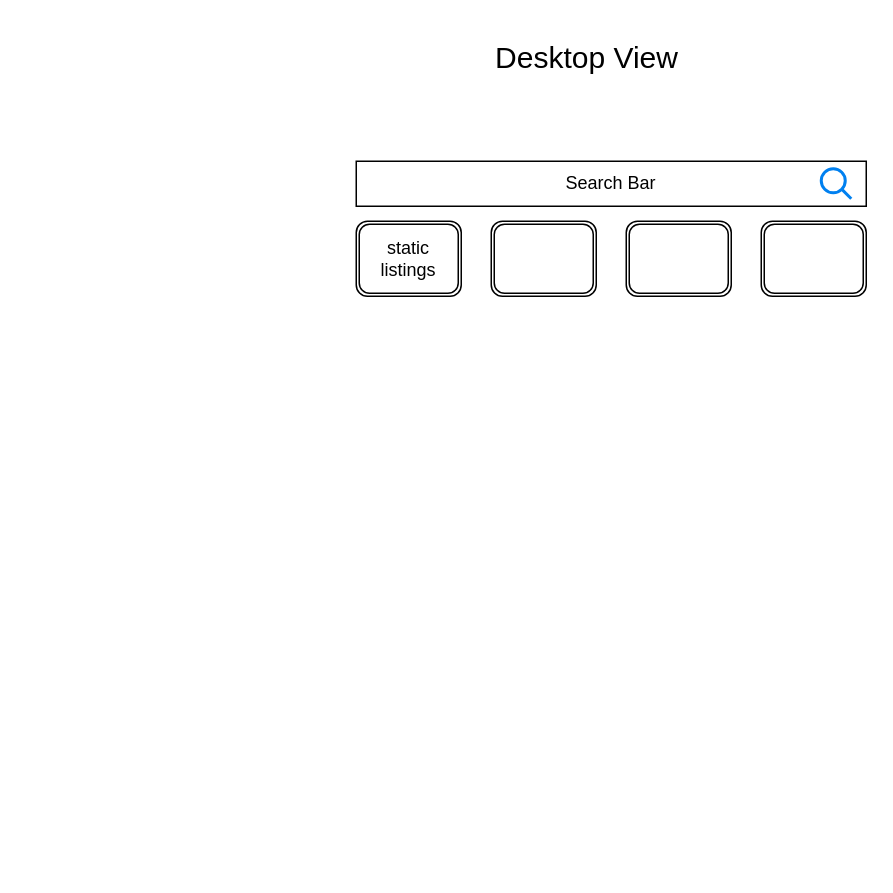
This is seo_search.drawio from souravendra/draw-io-casual, a draw.io file, before an edit. Source tidied: cells renumbered, new cells numbered last; positions are measured from the earlier drawing's top-left corner, leaving out a move shared by most shapes. Both pictures are drawn from the tidied source at 150%, with x=0, y=0 at pixel (356, 26).
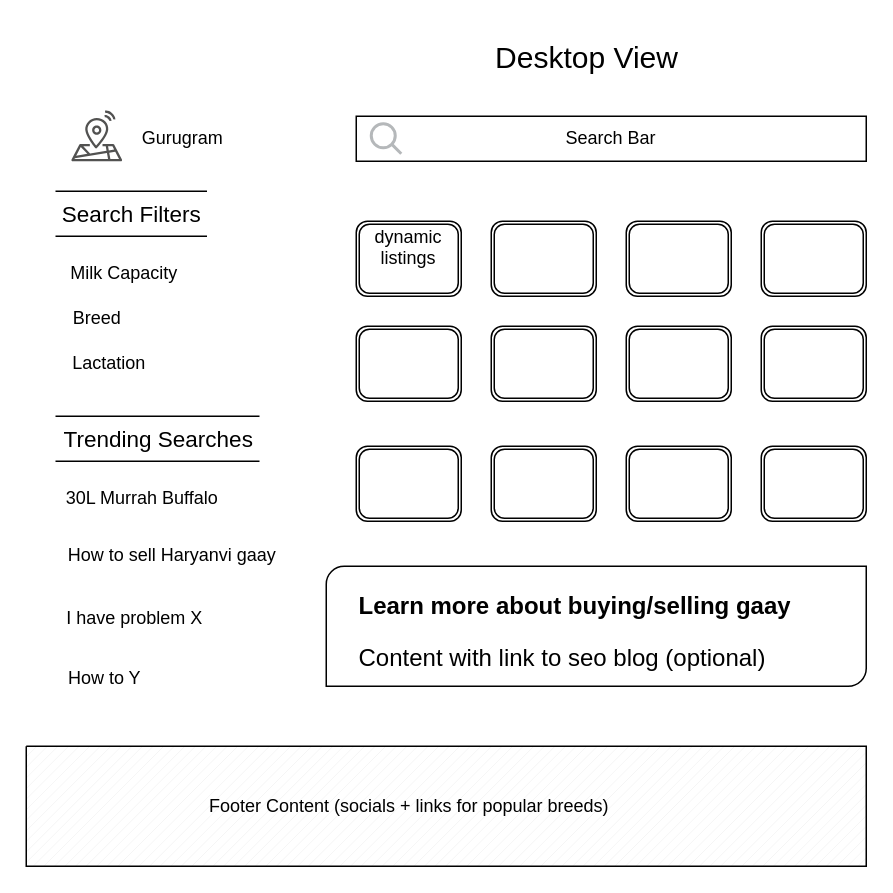
After the change.

Diff of the diagram source:
```diff
@@
     <mxCell id="3" value="Search Bar" style="rounded=0;whiteSpace=wrap;html=1;" parent="1" vertex="1">
-      <mxGeometry y="90" width="340" height="30" as="geometry" />
+      <mxGeometry y="60" width="340" height="30" as="geometry" />
     </mxCell>
-    <mxCell id="4" value="static listings" style="shape=ext;double=1;rounded=1;whiteSpace=wrap;html=1;" parent="1" vertex="1">
+    <mxCell id="4" value="dynamic listings&lt;div&gt;&lt;br&gt;&lt;/div&gt;" style="shape=ext;double=1;rounded=1;whiteSpace=wrap;html=1;" parent="1" vertex="1">
       <mxGeometry y="130" width="70" height="50" as="geometry" />
     </mxCell>
@@
-    <mxCell id="8" style="html=1;verticalLabelPosition=bottom;align=center;labelBackgroundColor=#ffffff;verticalAlign=top;strokeWidth=2;strokeColor=#0080F0;shadow=0;dashed=0;shape=mxgraph.ios7.icons.looking_glass;" parent="1" vertex="1">
-      <mxGeometry x="310" y="95" width="20" height="20" as="geometry" />
+    <mxCell id="8" style="html=1;verticalLabelPosition=bottom;align=center;labelBackgroundColor=#ffffff;verticalAlign=top;strokeWidth=2;strokeColor=#b5b8ba;shadow=0;dashed=0;shape=mxgraph.ios7.icons.looking_glass;" parent="1" vertex="1">
+      <mxGeometry x="10" y="65" width="20" height="20" as="geometry" />
     </mxCell>
+    <mxCell id="9" style="shape=ext;double=1;rounded=1;whiteSpace=wrap;html=1;" parent="1" vertex="1">
+      <mxGeometry y="200" width="70" height="50" as="geometry" />
+    </mxCell>
+    <mxCell id="10" style="shape=ext;double=1;rounded=1;whiteSpace=wrap;html=1;" parent="1" vertex="1">
+      <mxGeometry x="90" y="200" width="70" height="50" as="geometry" />
+    </mxCell>
+    <mxCell id="11" style="shape=ext;double=1;rounded=1;whiteSpace=wrap;html=1;" parent="1" vertex="1">
+      <mxGeometry x="180" y="280" width="70" height="50" as="geometry" />
+    </mxCell>
+    <mxCell id="12" style="shape=ext;double=1;rounded=1;whiteSpace=wrap;html=1;" parent="1" vertex="1">
+      <mxGeometry x="90" y="280" width="70" height="50" as="geometry" />
+    </mxCell>
+    <mxCell id="13" style="shape=ext;double=1;rounded=1;whiteSpace=wrap;html=1;" parent="1" vertex="1">
+      <mxGeometry y="280" width="70" height="50" as="geometry" />
+    </mxCell>
+    <mxCell id="14" style="shape=ext;double=1;rounded=1;whiteSpace=wrap;html=1;" parent="1" vertex="1">
+      <mxGeometry x="180" y="200" width="70" height="50" as="geometry" />
+    </mxCell>
+    <mxCell id="15" style="shape=ext;double=1;rounded=1;whiteSpace=wrap;html=1;" parent="1" vertex="1">
+      <mxGeometry x="270" y="200" width="70" height="50" as="geometry" />
+    </mxCell>
+    <mxCell id="16" style="shape=ext;double=1;rounded=1;whiteSpace=wrap;html=1;" parent="1" vertex="1">
+      <mxGeometry x="270" y="280" width="70" height="50" as="geometry" />
+    </mxCell>
+    <mxCell id="17" style="sketch=0;fontColor=#232F3E;gradientColor=none;fillColor=#525251;strokeColor=none;dashed=0;verticalLabelPosition=bottom;verticalAlign=top;align=center;html=1;fontSize=12;fontStyle=0;shape=mxgraph.aws4.iot_core_device_location;" parent="1" vertex="1">
+      <mxGeometry x="-190" y="56" width="34" height="34" as="geometry" />
+    </mxCell>
+    <mxCell id="18" value="Gurugram" style="text;html=1;align=center;verticalAlign=middle;strokeColor=none;fillColor=none;" parent="1" vertex="1">
+      <mxGeometry x="-156" y="60" width="80" height="30" as="geometry" />
+    </mxCell>
+    <mxCell id="19" style="verticalLabelPosition=bottom;verticalAlign=top;html=1;shape=mxgraph.basic.diag_round_rect;dx=6;whiteSpace=wrap;" parent="1" vertex="1">
+      <mxGeometry x="-20" y="360" width="360" height="80" as="geometry" />
+    </mxCell>
+    <mxCell id="20" value="&lt;h1 style=&quot;margin-top: 0px; font-size: 16px;&quot;&gt;&lt;font style=&quot;font-size: 16px;&quot;&gt;Learn more about buying/selling gaay&lt;/font&gt;&lt;/h1&gt;&lt;p style=&quot;font-size: 16px;&quot;&gt;Content with link to seo blog (optional)&lt;/p&gt;" style="text;html=1;whiteSpace=wrap;overflow=hidden;rounded=0;" parent="1" vertex="1">
+      <mxGeometry y="370" width="340" height="80" as="geometry" />
+    </mxCell>
+    <mxCell id="21" style="verticalLabelPosition=bottom;verticalAlign=top;html=1;shape=mxgraph.basic.patternFillRect;fillStyle=diag;step=5;fillStrokeWidth=0.2;fillStrokeColor=#dddddd;" parent="1" vertex="1">
+      <mxGeometry x="-220" y="480" width="560" height="80" as="geometry" />
+    </mxCell>
+    <mxCell id="22" value="Footer Content (socials + links for popular breeds)" style="text;html=1;align=center;verticalAlign=middle;strokeColor=none;fillColor=none;" parent="1" vertex="1">
+      <mxGeometry x="-110" y="505" width="290" height="30" as="geometry" />
+    </mxCell>
+    <mxCell id="23" value="30L Murrah Buffalo" style="text;html=1;align=center;verticalAlign=middle;strokeColor=none;fillColor=none;" parent="1" vertex="1">
+      <mxGeometry x="-203" y="300" width="120" height="30" as="geometry" />
+    </mxCell>
+    <mxCell id="24" style="html=1;dashed=0;whiteSpace=wrap;shape=partialRectangle;right=0;left=0;" parent="1" vertex="1">
+      <mxGeometry x="-200" y="110" width="100" height="30" as="geometry" />
+    </mxCell>
+    <mxCell id="25" value="Search&amp;nbsp;&lt;span style=&quot;background-color: initial; font-size: 15px;&quot;&gt;Filters&lt;/span&gt;" style="text;html=1;align=center;verticalAlign=middle;strokeColor=none;fillColor=none;fontSize=15;" parent="1" vertex="1">
+      <mxGeometry x="-210" y="110" width="120" height="30" as="geometry" />
+    </mxCell>
+    <mxCell id="26" style="html=1;dashed=0;whiteSpace=wrap;shape=partialRectangle;right=0;left=0;" parent="1" vertex="1">
+      <mxGeometry x="-200" y="260" width="135" height="30" as="geometry" />
+    </mxCell>
+    <mxCell id="27" value="Trending Searches" style="text;html=1;align=center;verticalAlign=middle;strokeColor=none;fillColor=none;fontSize=15;" parent="1" vertex="1">
+      <mxGeometry x="-207.5" y="260" width="150" height="30" as="geometry" />
+    </mxCell>
+    <mxCell id="28" value="How to sell Haryanvi gaay" style="text;html=1;align=center;verticalAlign=middle;strokeColor=none;fillColor=none;" parent="1" vertex="1">
+      <mxGeometry x="-203" y="338" width="160" height="30" as="geometry" />
+    </mxCell>
+    <mxCell id="29" value="I have problem X" style="text;html=1;align=center;verticalAlign=middle;strokeColor=none;fillColor=none;" parent="1" vertex="1">
+      <mxGeometry x="-203" y="380" width="110" height="30" as="geometry" />
+    </mxCell>
+    <mxCell id="30" value="Milk Capacity" style="text;html=1;align=center;verticalAlign=middle;strokeColor=none;fillColor=none;" parent="1" vertex="1">
+      <mxGeometry x="-200" y="150" width="90" height="30" as="geometry" />
+    </mxCell>
+    <mxCell id="31" value="Breed" style="text;html=1;align=center;verticalAlign=middle;strokeColor=none;fillColor=none;" parent="1" vertex="1">
+      <mxGeometry x="-203" y="180" width="60" height="30" as="geometry" />
+    </mxCell>
+    <mxCell id="32" value="Lactation" style="text;html=1;align=center;verticalAlign=middle;strokeColor=none;fillColor=none;" parent="1" vertex="1">
+      <mxGeometry x="-200" y="210" width="70" height="30" as="geometry" />
+    </mxCell>
+    <mxCell id="33" value="How to Y" style="text;html=1;align=center;verticalAlign=middle;strokeColor=none;fillColor=none;" parent="1" vertex="1">
+      <mxGeometry x="-203" y="420" width="70" height="30" as="geometry" />
+    </mxCell>
```
